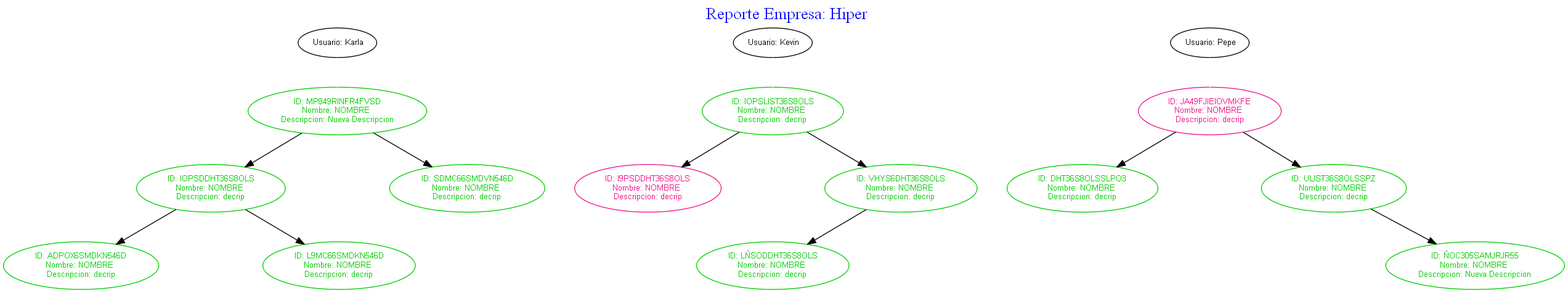
The Graphviz diagram P1_VJ2020/ReporteAVL.png in KimberlyEstupe/P1_VJ2020, before a commit. Its source is kept beside it as P1_VJ2020/ReporteAVL.dot.
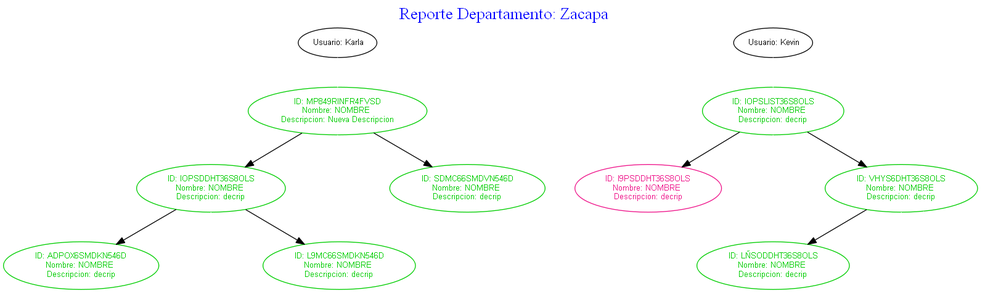
The same file after the commit.

Diff of the diagram source:
```diff
@@ -2,7 +2,7 @@
 rankdir = Lista;
 node [shape = ellipse fontname="Arial" fontsize="10"]
 graph [nodesep = 0.5]
-label = < <font color='blue'> <font point-size='20'> Reporte Empresa: Hiper </font></font>>;
+label = < <font color='blue'> <font point-size='20'> Reporte Departamento: Zacapa </font></font>>;
 labelloc = "t";
 NKarla -> NMP849RINFR4FVSD[color=white];
  NIOPSDDHT36S8OLS -> NADPOX6SMDKN546D;
@@ -56,29 +56,4 @@
  MVHYS6DHT36S8OLS [label=" Invis", color=white, bgcolor=white, fontcolor=white];
  DVHYS6DHT36S8OLS [label=" Invis", color=white, bgcolor=white, fontcolor=white];
 
-NPepe -> NJA49FJIEIOVMKFE[color=white];
- NJA49FJIEIOVMKFE -> NDHT36S8OLSSLPO3;
- NJA49FJIEIOVMKFE -> MJA49FJIEIOVMKFE[color=white];
- NJA49FJIEIOVMKFE -> NULIST36S8OLSSPZ;
- NULIST36S8OLSSPZ -> IULIST36S8OLSSPZ[color=white];
- NULIST36S8OLSSPZ -> MULIST36S8OLSSPZ[color=white];
- NULIST36S8OLSSPZ -> NÑOC305SAMJRJR55;
-
-NPepe[label=" Usuario: Pepe"];
- NDHT36S8OLSSLPO3 [label=" ID: DHT36S8OLSSLPO3
-Nombre: NOMBRE
-Descripcion: decrip", color=green3, fontcolor=green3];
- NJA49FJIEIOVMKFE [label=" ID: JA49FJIEIOVMKFE
-Nombre: NOMBRE
-Descripcion: decrip", color=deeppink2, fontcolor=deeppink2];
- MJA49FJIEIOVMKFE [label=" Invis", color=white, bgcolor=white, fontcolor=white];
- NULIST36S8OLSSPZ [label=" ID: ULIST36S8OLSSPZ
-Nombre: NOMBRE
-Descripcion: decrip", color=green3, fontcolor=green3];
- IULIST36S8OLSSPZ [label=" Invis", color=white, bgcolor=white, fontcolor=white];
- MULIST36S8OLSSPZ [label=" Invis", color=white, bgcolor=white, fontcolor=white];
- NÑOC305SAMJRJR55 [label=" ID: ÑOC305SAMJRJR55
-Nombre: NOMBRE
-Descripcion: Nueva Descripcion", color=green3, fontcolor=green3];
-
 }
```
